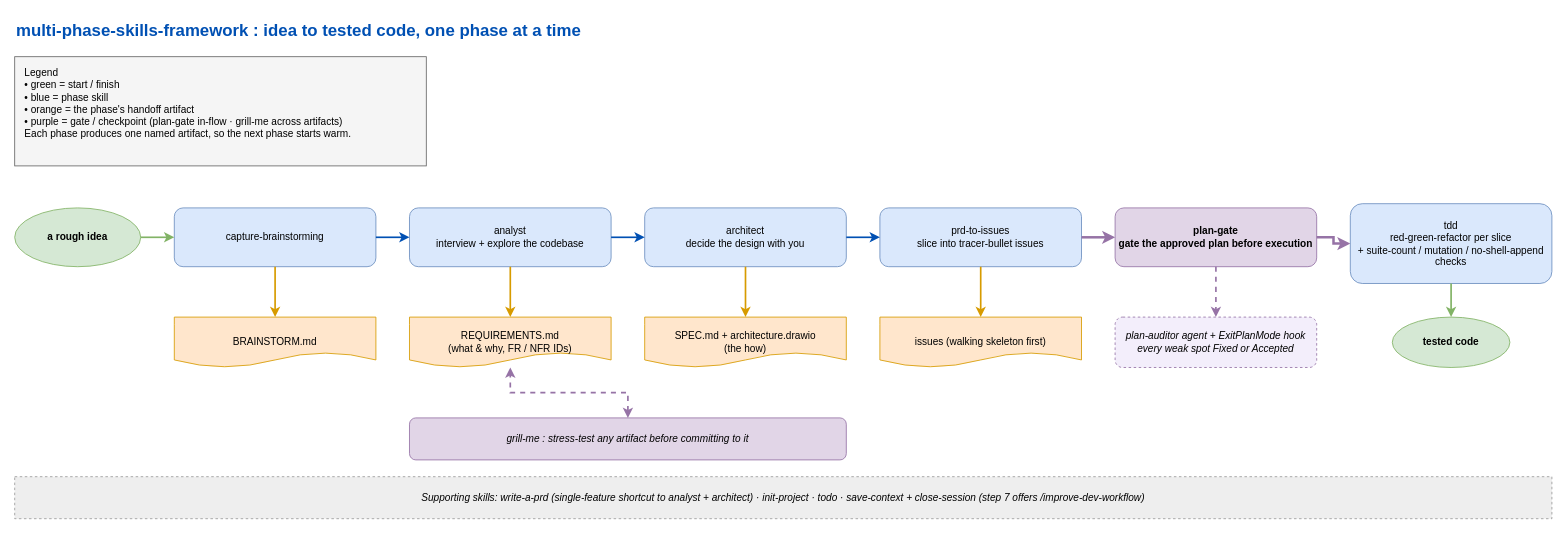
Earlier version of the draw.io diagram docs/framework-flows.drawio (eranw2000/multi-phase-skills-framework). Source tidied: cells renumbered, new cells numbered last; positions are measured from the earlier drawing's top-left corner, leaving out a move shared by most shapes. Both pictures are drawn from the tidied source at 84%, with x=0, y=0 at pixel (14, 14).
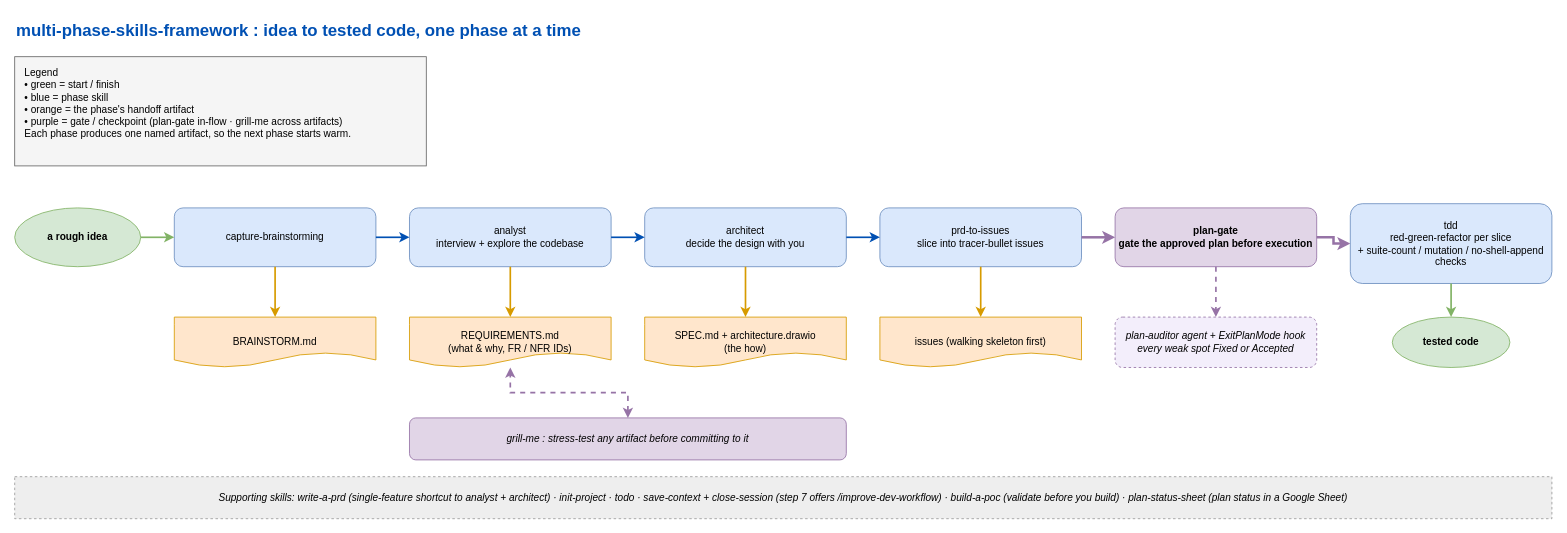
The same diagram, later.

Commit message (it also covers changes not shown here):
Add build-a-poc and plan-status-sheet

What changed in the source:
```diff
@@
-    <mxCell id="18" value="Supporting skills:  write-a-prd (single-feature shortcut to analyst + architect)  ·  init-project  ·  todo  ·  save-context + close-session (step 7 offers /improve-dev-workflow)" style="rounded=0;fillColor=#eeeeee;strokeColor=#999999;html=1;whiteSpace=wrap;fontStyle=2;dashed=1;verticalAlign=middle;align=center;" parent="1" vertex="1">
+    <mxCell id="18" value="Supporting skills:  write-a-prd (single-feature shortcut to analyst + architect)  ·  init-project  ·  todo  ·  save-context + close-session (step 7 offers /improve-dev-workflow)  ·  build-a-poc (validate before you build)  ·  plan-status-sheet (plan status in a Google Sheet)" style="rounded=0;fillColor=#eeeeee;strokeColor=#999999;html=1;whiteSpace=wrap;fontStyle=2;dashed=1;verticalAlign=middle;align=center;" parent="1" vertex="1">
       <mxGeometry y="550" width="1830" height="50" as="geometry" />
     </mxCell>
```
